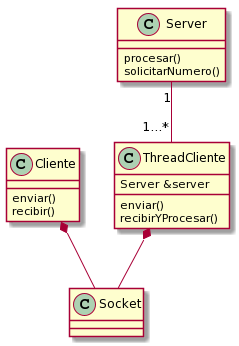
The PlantUML diagram img/juego.png in lautarofritz/tp3, before a commit. The source it was exported from:
```plantuml
@startuml
Cliente *-- Socket
Cliente : enviar()
Cliente : recibir()
ThreadCliente *-- Socket
ThreadCliente : Server &server
ThreadCliente : enviar()
ThreadCliente : recibirYProcesar()
Server "1" -- "1...*" ThreadCliente
Server : procesar()
Server : solicitarNumero()
@enduml
```
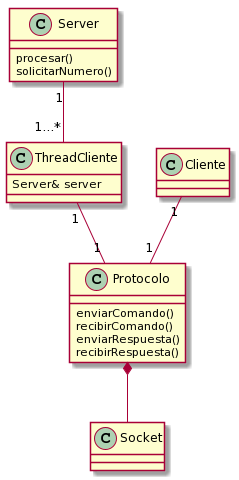
After the commit.

Commit message:
me olvide de agregar un diagrama

The edit, as a diff of the source:
```diff
@@ -1,12 +1,13 @@
 @startuml
-Cliente *-- Socket
-Cliente : enviar()
-Cliente : recibir()
-ThreadCliente *-- Socket
-ThreadCliente : Server &server
-ThreadCliente : enviar()
-ThreadCliente : recibirYProcesar()
-Server "1" -- "1...*" ThreadCliente
+Server "1"-- "1...*" ThreadCliente
+ThreadCliente : Server& server
 Server : procesar()
 Server : solicitarNumero()
+Protocolo *-- Socket
+Cliente "1" -- "1" Protocolo
+Protocolo : enviarComando()
+Protocolo : recibirComando()
+Protocolo : enviarRespuesta()
+Protocolo : recibirRespuesta()
+ThreadCliente "1" -- "1" Protocolo
 @enduml
```
